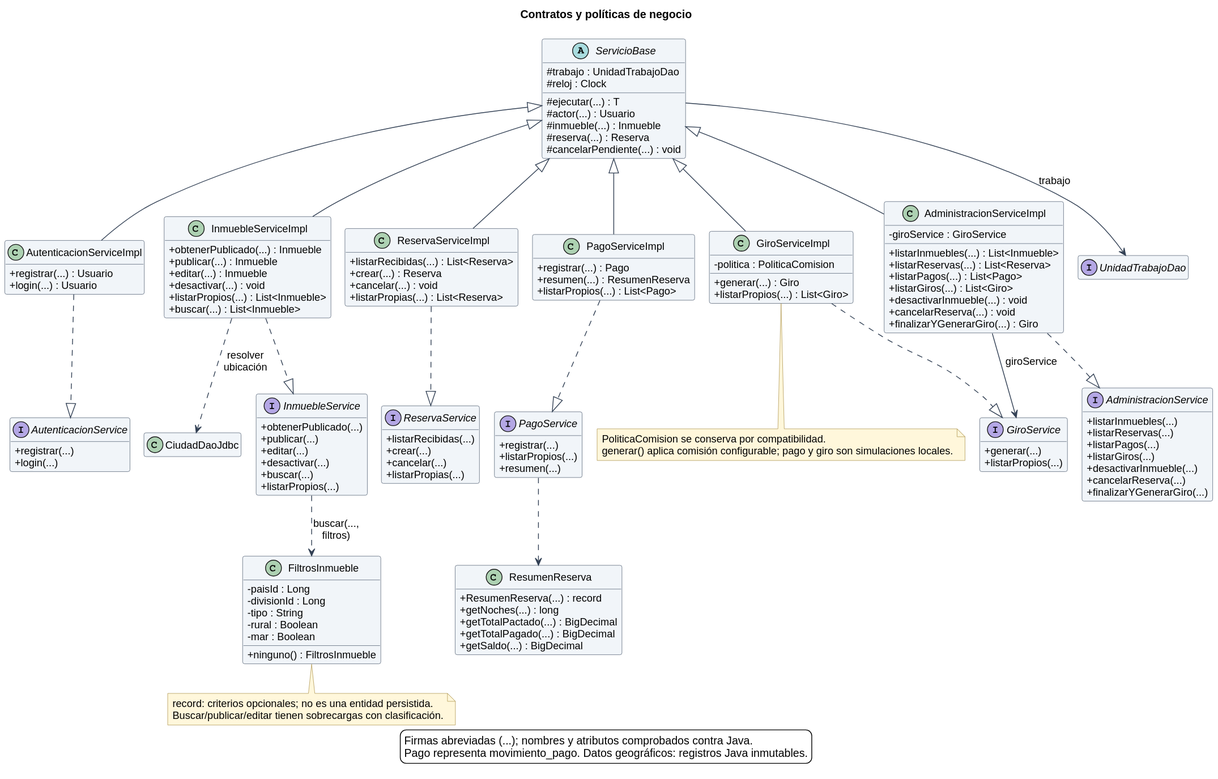
Before: docs/diagramas/06_clases_service_impl.svg, a diagram exported from PlantUML (Davidjp11p07/DayNest).
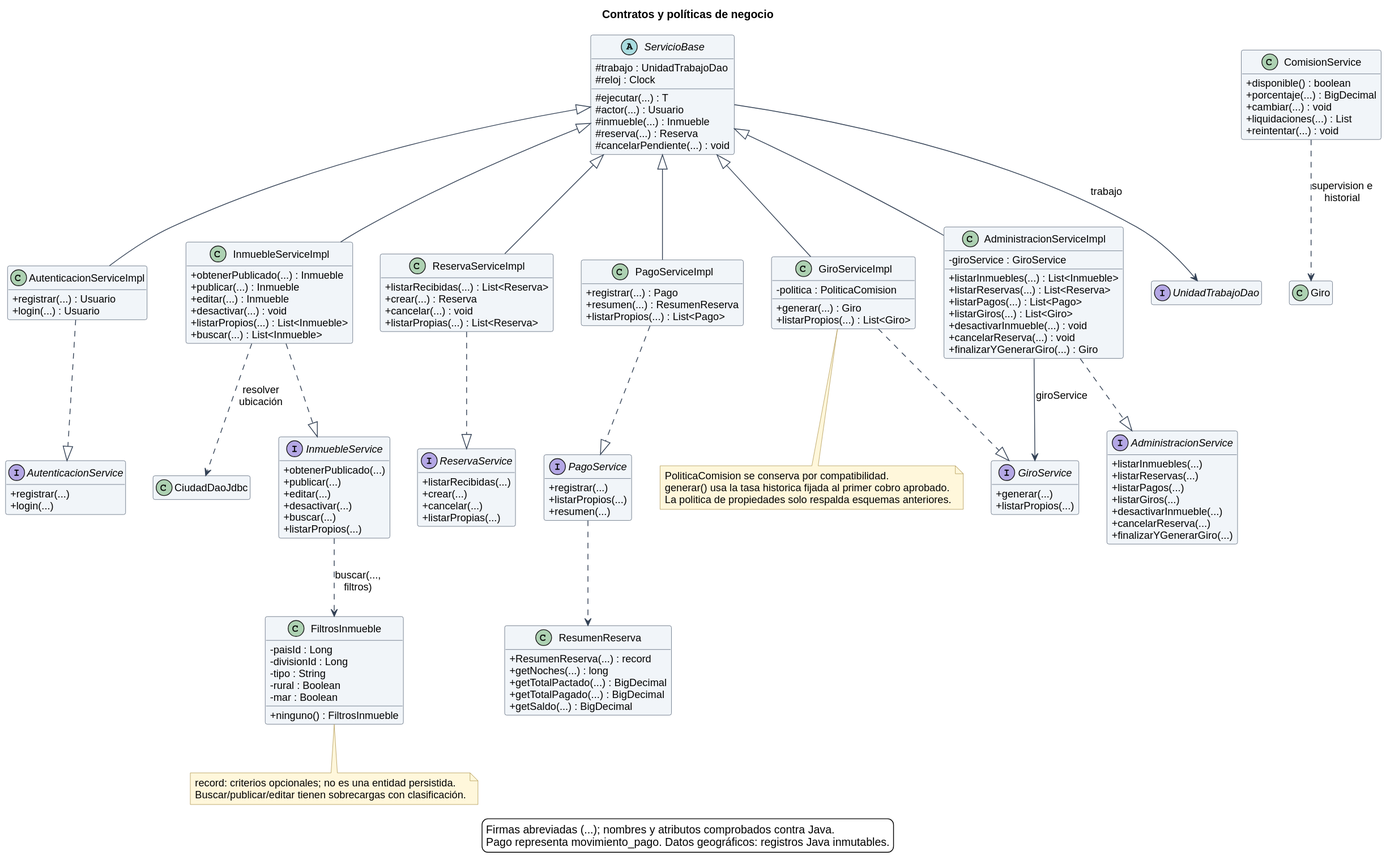
The same file after the commit.

What changed in the source:
```diff
@@ -1,4 +1,5 @@
 @startuml
+skinparamlocked metana null
 !include estilo.iuml
 title Contratos y políticas de negocio
 hide empty members
@@ -123,10 +124,19 @@
 end note
 note bottom of GiroServiceImpl
   PoliticaComision se conserva por compatibilidad.
-  generar() aplica comisión configurable; pago y giro son simulaciones locales.
+  generar() usa la tasa historica fijada al primer cobro aprobado.
+  La politica de propiedades solo respalda esquemas anteriores.
 end note
 class CiudadDaoJdbc
 InmuebleServiceImpl ..> CiudadDaoJdbc : resolver ubicación
+class ComisionService {
+ +disponible() : boolean
+ +porcentaje(...) : BigDecimal
+ +cambiar(...) : void
+ +liquidaciones(...) : List
+ +reintentar(...) : void
+}
+ComisionService ..> Giro : supervision e historial
 legend bottom
   Firmas abreviadas (...); nombres y atributos comprobados contra Java.
   Pago representa movimiento_pago. Datos geográficos: registros Java inmutables.
```
